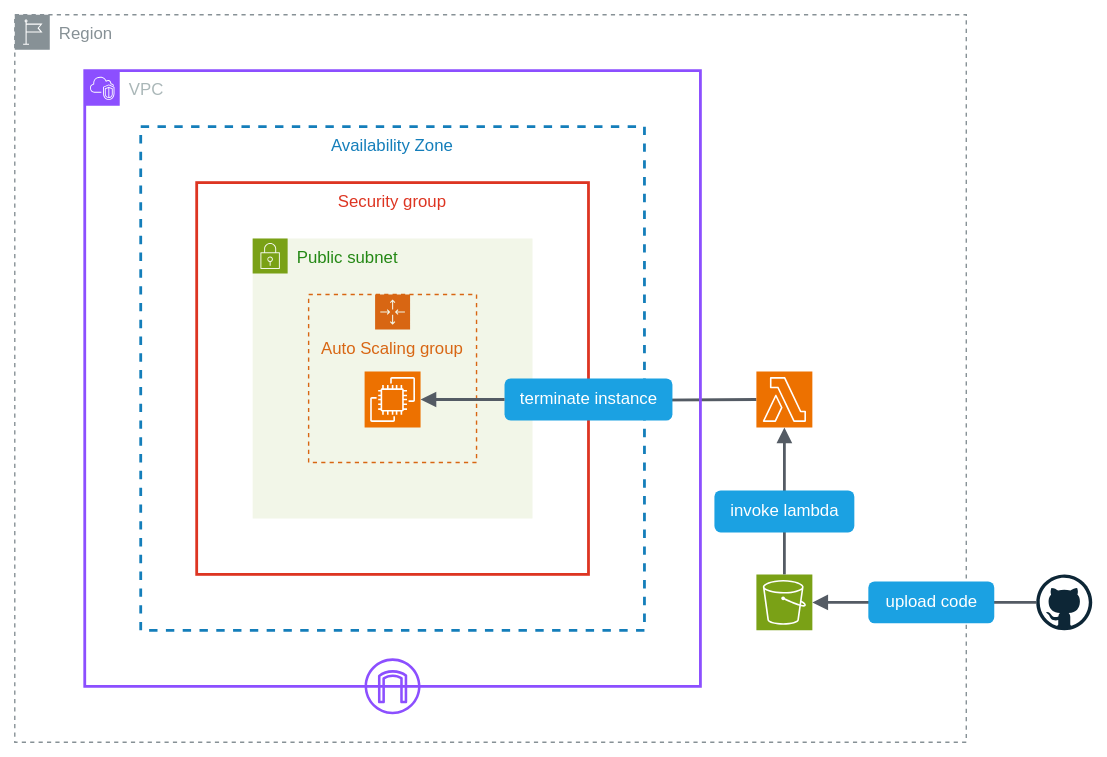
Earlier version of the draw.io export assets/aws-setup.svg (bjkawecki/Auto-Translate-Telegram-Channel). Source tidied: cells renumbered, new cells last; positions are measured from the earlier drawing's top-left corner, leaving out a move shared by most shapes.
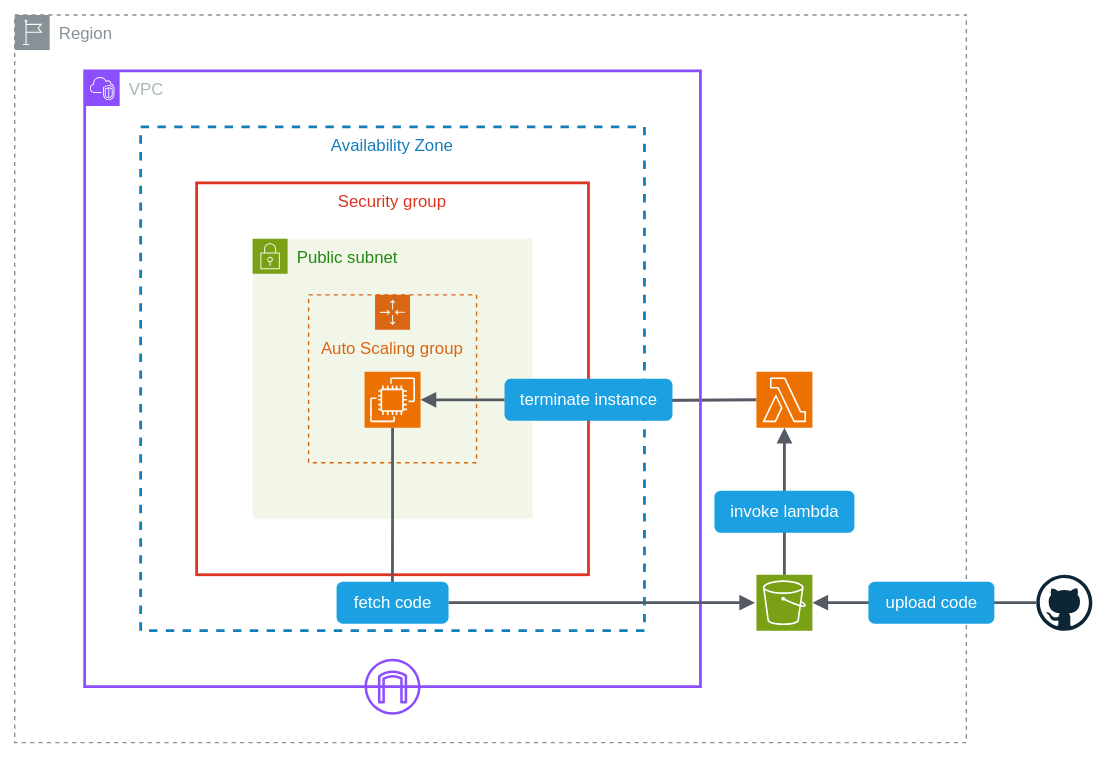
Later version of the same file.

Change to the diagram source:
```diff
@@ -34,6 +34,23 @@
     <mxCell id="11" style="edgeStyle=orthogonalEdgeStyle;html=1;endArrow=none;elbow=vertical;startArrow=block;startFill=1;strokeColor=#545B64;rounded=0;strokeWidth=2;" parent="4" edge="1" source="9" target="10">
       <mxGeometry relative="1" as="geometry" />
     </mxCell>
+    <mxCell id="20" style="edgeStyle=orthogonalEdgeStyle;html=1;endArrow=block;elbow=vertical;startArrow=none;endFill=1;strokeColor=#545B64;rounded=0;exitX=0.5;exitY=1;exitDx=0;exitDy=0;exitPerimeter=0;strokeWidth=2;" parent="4" edge="1" source="9">
+      <mxGeometry relative="1" as="geometry">
+        <mxPoint x="219.9" y="380" as="targetPoint" />
+      </mxGeometry>
+    </mxCell>
+    <mxCell id="21" value="&lt;font style=&quot;color: rgb(255, 255, 255);&quot;&gt;fetch code&lt;/font&gt;" style="text;html=1;align=center;verticalAlign=middle;strokeColor=none;fillColor=#1ba1e2;fontColor=#ffffff;rounded=1;glass=0;shadow=0;" parent="4" vertex="1">
+      <mxGeometry x="180" y="365" width="80" height="30" as="geometry" />
+    </mxCell>
+    <mxCell id="22" style="edgeStyle=orthogonalEdgeStyle;html=1;endArrow=block;elbow=vertical;startArrow=none;endFill=1;strokeColor=#545B64;rounded=0;entryX=0;entryY=0.5;entryDx=0;entryDy=0;entryPerimeter=0;strokeWidth=2;" parent="4" edge="1">
+      <mxGeometry relative="1" as="geometry">
+        <mxPoint x="260" y="380" as="sourcePoint" />
+        <mxPoint x="479" y="380" as="targetPoint" />
+        <Array as="points">
+          <mxPoint x="265" y="380" />
+        </Array>
+      </mxGeometry>
+    </mxCell>
     <mxCell id="12" style="sketch=0;points=[[0,0,0],[0.25,0,0],[0.5,0,0],[0.75,0,0],[1,0,0],[0,1,0],[0.25,1,0],[0.5,1,0],[0.75,1,0],[1,1,0],[0,0.25,0],[0,0.5,0],[0,0.75,0],[1,0.25,0],[1,0.5,0],[1,0.75,0]];outlineConnect=0;fontColor=#232F3E;fillColor=#7AA116;strokeColor=#ffffff;dashed=0;verticalLabelPosition=bottom;verticalAlign=top;align=center;html=1;fontSize=12;fontStyle=0;shape=mxgraph.aws4.resourceIcon;resIcon=mxgraph.aws4.s3;" parent="1" vertex="1">
       <mxGeometry x="530" y="400" width="40" height="40" as="geometry" />
     </mxCell>
```
